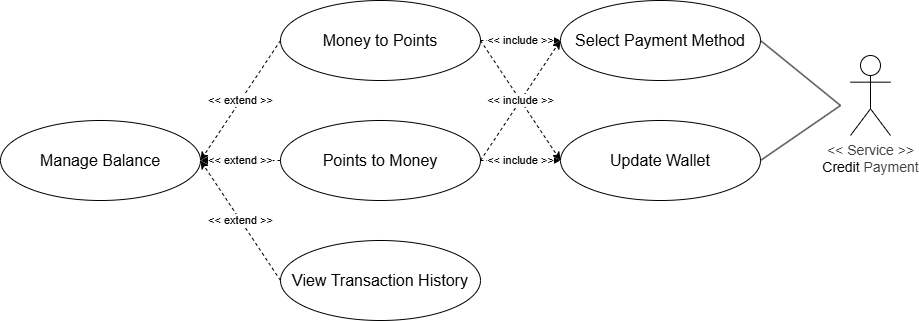
Above: docs/usecases/detailed/manage_balance.drawio.png in Thu-sunrise/cloud_computing (draw.io), before the change. Source tidied: cells renumbered, new cells last; positions are measured from the earlier drawing's top-left corner, leaving out a move shared by most shapes. Its diagram source:
```xml
<mxGraphModel>
  <root>
    <mxCell id="0" />
    <mxCell id="1" parent="0" />
    <mxCell id="2" value="Manage Balance" style="ellipse;whiteSpace=wrap;html=1;fontSize=16;" parent="1" vertex="1">
      <mxGeometry y="120" width="200" height="80" as="geometry" />
    </mxCell>
    <mxCell id="3" value="Money to Points" style="ellipse;whiteSpace=wrap;html=1;fontSize=16;" parent="1" vertex="1">
      <mxGeometry x="280" width="200" height="80" as="geometry" />
    </mxCell>
    <mxCell id="4" value="Points to Money" style="ellipse;whiteSpace=wrap;html=1;fontSize=16;" parent="1" vertex="1">
      <mxGeometry x="280" y="120" width="200" height="80" as="geometry" />
    </mxCell>
    <mxCell id="5" value="View Transaction History" style="ellipse;whiteSpace=wrap;html=1;fontSize=16;" parent="1" vertex="1">
      <mxGeometry x="280" y="240" width="200" height="80" as="geometry" />
    </mxCell>
    <mxCell id="6" value="&amp;lt;&amp;lt; extend &amp;gt;&amp;gt;" style="endArrow=classic;html=1;exitX=0;exitY=0.5;exitDx=0;exitDy=0;entryX=1;entryY=0.5;entryDx=0;entryDy=0;dashed=1;" parent="1" edge="1" source="3" target="2">
      <mxGeometry relative="1" as="geometry" />
    </mxCell>
    <mxCell id="7" value="&amp;lt;&amp;lt; extend &amp;gt;&amp;gt;" style="endArrow=classic;html=1;exitX=0;exitY=0.5;exitDx=0;exitDy=0;entryX=1;entryY=0.5;entryDx=0;entryDy=0;dashed=1;" parent="1" edge="1" source="4" target="2">
      <mxGeometry relative="1" as="geometry" />
    </mxCell>
    <mxCell id="8" value="&amp;lt;&amp;lt; extend &amp;gt;&amp;gt;" style="endArrow=classic;html=1;exitX=0;exitY=0.5;exitDx=0;exitDy=0;entryX=1;entryY=0.5;entryDx=0;entryDy=0;dashed=1;" parent="1" edge="1" source="5" target="2">
      <mxGeometry relative="1" as="geometry" />
    </mxCell>
    <mxCell id="9" value="Select Payment Method" style="ellipse;whiteSpace=wrap;html=1;fontSize=16;" parent="1" vertex="1">
      <mxGeometry x="560" width="200" height="80" as="geometry" />
    </mxCell>
    <mxCell id="10" value="Update Wallet" style="ellipse;whiteSpace=wrap;html=1;fontSize=16;" parent="1" vertex="1">
      <mxGeometry x="560" y="120" width="200" height="80" as="geometry" />
    </mxCell>
    <mxCell id="11" style="rounded=0;whiteSpace=wrap;html=1;shadow=1;opacity=0;" parent="1" vertex="1">
      <mxGeometry x="840" y="50" width="60" height="110" as="geometry" />
    </mxCell>
    <mxCell id="12" value="&lt;div style=&quot;color: rgb(63, 63, 63); scrollbar-color: rgb(226, 226, 226) rgb(251, 251, 251);&quot;&gt;&amp;lt;&amp;lt; Service &amp;gt;&amp;gt;&lt;/div&gt;&lt;span style=&quot;color: rgb(0, 0, 0);&quot;&gt;Credit&amp;nbsp;&lt;/span&gt;&lt;span style=&quot;scrollbar-color: rgb(226, 226, 226) rgb(251, 251, 251); background-color: transparent; color: rgb(63, 63, 63);&quot;&gt;Payment&lt;/span&gt;" style="shape=umlActor;verticalLabelPosition=bottom;verticalAlign=top;html=1;fontSize=14;" parent="1" vertex="1">
      <mxGeometry x="850" y="55" width="40" height="80" as="geometry" />
    </mxCell>
    <mxCell id="13" value="&amp;lt;&amp;lt; include &amp;gt;&amp;gt;" style="endArrow=classic;html=1;exitX=1;exitY=0.5;exitDx=0;exitDy=0;entryX=0;entryY=0.5;entryDx=0;entryDy=0;dashed=1;" parent="1" edge="1" source="3" target="9">
      <mxGeometry relative="1" as="geometry" />
    </mxCell>
    <mxCell id="14" value="&amp;lt;&amp;lt; include &amp;gt;&amp;gt;" style="endArrow=classic;html=1;exitX=1;exitY=0.5;exitDx=0;exitDy=0;entryX=0;entryY=0.5;entryDx=0;entryDy=0;dashed=1;" parent="1" edge="1" source="4" target="10">
      <mxGeometry relative="1" as="geometry" />
    </mxCell>
    <mxCell id="15" value="&amp;lt;&amp;lt; include &amp;gt;&amp;gt;" style="endArrow=classic;html=1;exitX=1;exitY=0.5;exitDx=0;exitDy=0;entryX=0;entryY=0.5;entryDx=0;entryDy=0;dashed=1;" parent="1" edge="1" source="4" target="9">
      <mxGeometry relative="1" as="geometry" />
    </mxCell>
    <mxCell id="16" value="&amp;lt;&amp;lt; include &amp;gt;&amp;gt;" style="endArrow=classic;html=1;exitX=1;exitY=0.5;exitDx=0;exitDy=0;entryX=0;entryY=0.5;entryDx=0;entryDy=0;dashed=1;" parent="1" edge="1" source="3" target="10">
      <mxGeometry relative="1" as="geometry" />
    </mxCell>
    <mxCell id="17" style="endArrow=none;html=1;exitX=1;exitY=0.5;exitDx=0;exitDy=0;entryX=0;entryY=0.5;entryDx=0;entryDy=0;" parent="1" edge="1" source="10" target="11">
      <mxGeometry relative="1" as="geometry" />
    </mxCell>
    <mxCell id="18" style="endArrow=none;html=1;exitX=1;exitY=0.5;exitDx=0;exitDy=0;entryX=0;entryY=0.5;entryDx=0;entryDy=0;" parent="1" edge="1" source="9" target="11">
      <mxGeometry relative="1" as="geometry" />
    </mxCell>
  </root>
</mxGraphModel>
```
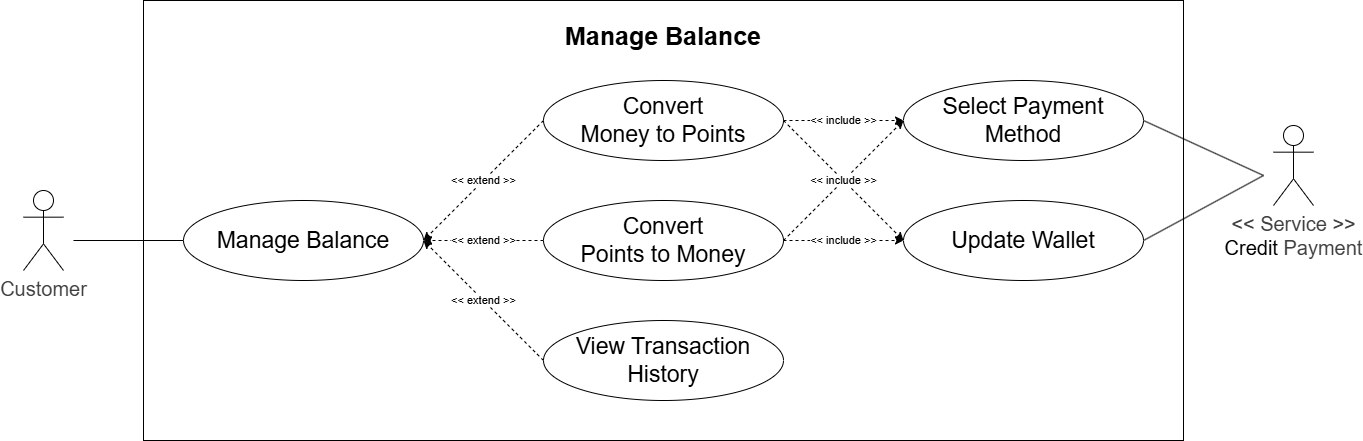
After the commit.

Change to the diagram source:
```diff
@@ -2,17 +2,20 @@
   <root>
     <mxCell id="0" />
     <mxCell id="1" parent="0" />
+    <mxCell id="19" style="rounded=0;whiteSpace=wrap;html=1;" parent="1" vertex="1">
+      <mxGeometry x="-120" y="-80" width="1040" height="440" as="geometry" />
+    </mxCell>
-    <mxCell id="2" value="Manage Balance" style="ellipse;whiteSpace=wrap;html=1;fontSize=16;" parent="1" vertex="1">
-      <mxGeometry y="120" width="200" height="80" as="geometry" />
+    <mxCell id="2" value="Manage Balance" style="ellipse;whiteSpace=wrap;html=1;fontSize=23;" parent="1" vertex="1">
+      <mxGeometry x="-80" y="120" width="240" height="80" as="geometry" />
     </mxCell>
-    <mxCell id="3" value="Money to Points" style="ellipse;whiteSpace=wrap;html=1;fontSize=16;" parent="1" vertex="1">
-      <mxGeometry x="280" width="200" height="80" as="geometry" />
+    <mxCell id="3" value="&lt;div&gt;Convert&lt;/div&gt;Money to Points" style="ellipse;whiteSpace=wrap;html=1;fontSize=23;" parent="1" vertex="1">
+      <mxGeometry x="280" width="240" height="80" as="geometry" />
     </mxCell>
-    <mxCell id="4" value="Points to Money" style="ellipse;whiteSpace=wrap;html=1;fontSize=16;" parent="1" vertex="1">
-      <mxGeometry x="280" y="120" width="200" height="80" as="geometry" />
+    <mxCell id="4" value="&lt;div&gt;Convert&lt;/div&gt;Points to Money" style="ellipse;whiteSpace=wrap;html=1;fontSize=23;" parent="1" vertex="1">
+      <mxGeometry x="280" y="120" width="240" height="80" as="geometry" />
     </mxCell>
-    <mxCell id="5" value="View Transaction History" style="ellipse;whiteSpace=wrap;html=1;fontSize=16;" parent="1" vertex="1">
-      <mxGeometry x="280" y="240" width="200" height="80" as="geometry" />
+    <mxCell id="5" value="View Transaction History" style="ellipse;whiteSpace=wrap;html=1;fontSize=23;" parent="1" vertex="1">
+      <mxGeometry x="280" y="240" width="240" height="80" as="geometry" />
     </mxCell>
     <mxCell id="6" value="&amp;lt;&amp;lt; extend &amp;gt;&amp;gt;" style="endArrow=classic;html=1;exitX=0;exitY=0.5;exitDx=0;exitDy=0;entryX=1;entryY=0.5;entryDx=0;entryDy=0;dashed=1;" parent="1" edge="1" source="3" target="2">
       <mxGeometry relative="1" as="geometry" />
@@ -23,17 +26,17 @@
     <mxCell id="8" value="&amp;lt;&amp;lt; extend &amp;gt;&amp;gt;" style="endArrow=classic;html=1;exitX=0;exitY=0.5;exitDx=0;exitDy=0;entryX=1;entryY=0.5;entryDx=0;entryDy=0;dashed=1;" parent="1" edge="1" source="5" target="2">
       <mxGeometry relative="1" as="geometry" />
     </mxCell>
-    <mxCell id="9" value="Select Payment Method" style="ellipse;whiteSpace=wrap;html=1;fontSize=16;" parent="1" vertex="1">
-      <mxGeometry x="560" width="200" height="80" as="geometry" />
+    <mxCell id="9" value="Select Payment Method" style="ellipse;whiteSpace=wrap;html=1;fontSize=23;" parent="1" vertex="1">
+      <mxGeometry x="640" width="240" height="80" as="geometry" />
     </mxCell>
-    <mxCell id="10" value="Update Wallet" style="ellipse;whiteSpace=wrap;html=1;fontSize=16;" parent="1" vertex="1">
-      <mxGeometry x="560" y="120" width="200" height="80" as="geometry" />
+    <mxCell id="10" value="Update Wallet" style="ellipse;whiteSpace=wrap;html=1;fontSize=23;" parent="1" vertex="1">
+      <mxGeometry x="640" y="120" width="240" height="80" as="geometry" />
     </mxCell>
-    <mxCell id="11" style="rounded=0;whiteSpace=wrap;html=1;shadow=1;opacity=0;" parent="1" vertex="1">
-      <mxGeometry x="840" y="50" width="60" height="110" as="geometry" />
+    <mxCell id="11" style="rounded=0;whiteSpace=wrap;html=1;shadow=1;opacity=0;fontSize=20;" parent="1" vertex="1">
+      <mxGeometry x="1000" y="40" width="60" height="110" as="geometry" />
     </mxCell>
-    <mxCell id="12" value="&lt;div style=&quot;color: rgb(63, 63, 63); scrollbar-color: rgb(226, 226, 226) rgb(251, 251, 251);&quot;&gt;&amp;lt;&amp;lt; Service &amp;gt;&amp;gt;&lt;/div&gt;&lt;span style=&quot;color: rgb(0, 0, 0);&quot;&gt;Credit&amp;nbsp;&lt;/span&gt;&lt;span style=&quot;scrollbar-color: rgb(226, 226, 226) rgb(251, 251, 251); background-color: transparent; color: rgb(63, 63, 63);&quot;&gt;Payment&lt;/span&gt;" style="shape=umlActor;verticalLabelPosition=bottom;verticalAlign=top;html=1;fontSize=14;" parent="1" vertex="1">
-      <mxGeometry x="850" y="55" width="40" height="80" as="geometry" />
+    <mxCell id="12" value="&lt;div style=&quot;color: rgb(63, 63, 63); scrollbar-color: rgb(226, 226, 226) rgb(251, 251, 251);&quot;&gt;&amp;lt;&amp;lt; Service &amp;gt;&amp;gt;&lt;/div&gt;&lt;span style=&quot;color: rgb(0, 0, 0);&quot;&gt;Credit&amp;nbsp;&lt;/span&gt;&lt;span style=&quot;scrollbar-color: rgb(226, 226, 226) rgb(251, 251, 251); background-color: transparent; color: rgb(63, 63, 63);&quot;&gt;Payment&lt;/span&gt;" style="shape=umlActor;verticalLabelPosition=bottom;verticalAlign=top;html=1;fontSize=20;" parent="1" vertex="1">
+      <mxGeometry x="1010" y="45" width="40" height="80" as="geometry" />
     </mxCell>
     <mxCell id="13" value="&amp;lt;&amp;lt; include &amp;gt;&amp;gt;" style="endArrow=classic;html=1;exitX=1;exitY=0.5;exitDx=0;exitDy=0;entryX=0;entryY=0.5;entryDx=0;entryDy=0;dashed=1;" parent="1" edge="1" source="3" target="9">
       <mxGeometry relative="1" as="geometry" />
@@ -53,5 +56,17 @@
     <mxCell id="18" style="endArrow=none;html=1;exitX=1;exitY=0.5;exitDx=0;exitDy=0;entryX=0;entryY=0.5;entryDx=0;entryDy=0;" parent="1" edge="1" source="9" target="11">
       <mxGeometry relative="1" as="geometry" />
     </mxCell>
+    <mxCell id="20" style="rounded=0;whiteSpace=wrap;html=1;shadow=1;opacity=0;fontSize=20;" parent="1" vertex="1">
+      <mxGeometry x="-250" y="105" width="60" height="110" as="geometry" />
+    </mxCell>
+    <mxCell id="21" value="&lt;div style=&quot;color: rgb(63, 63, 63); scrollbar-color: rgb(226, 226, 226) rgb(251, 251, 251);&quot;&gt;Customer&lt;/div&gt;" style="shape=umlActor;verticalLabelPosition=bottom;verticalAlign=top;html=1;fontSize=20;" parent="1" vertex="1">
+      <mxGeometry x="-240" y="110" width="40" height="80" as="geometry" />
+    </mxCell>
+    <mxCell id="22" style="endArrow=none;html=1;exitX=1;exitY=0.5;exitDx=0;exitDy=0;entryX=0;entryY=0.5;entryDx=0;entryDy=0;fontSize=20;" parent="1" edge="1" source="20" target="2">
+      <mxGeometry relative="1" as="geometry" />
+    </mxCell>
+    <mxCell id="23" value="Manage Balance" style="text;html=1;align=center;verticalAlign=middle;whiteSpace=wrap;rounded=0;fontSize=25;fontStyle=1;" parent="1" vertex="1">
+      <mxGeometry x="280" y="-60" width="240" height="30" as="geometry" />
+    </mxCell>
   </root>
 </mxGraphModel>
```
